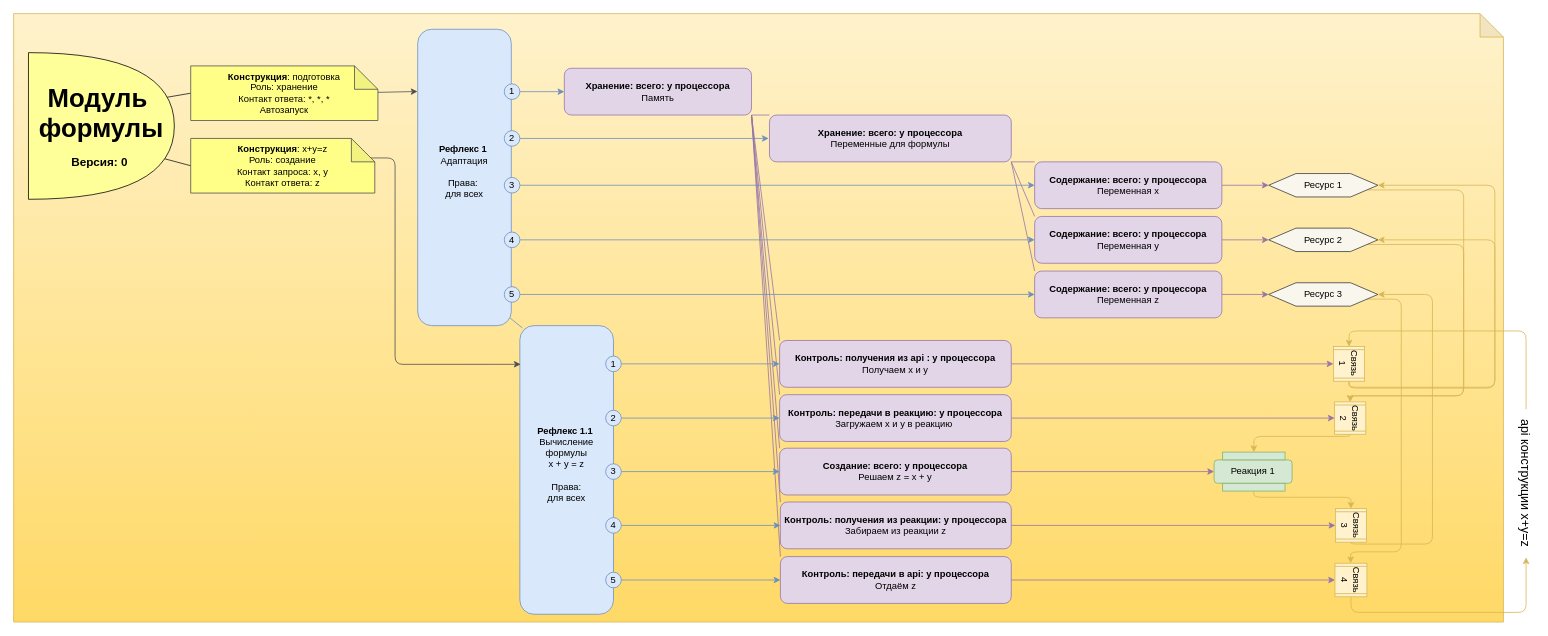
This is Картинки/Module.drawio from it-architector/invention.csdr, a draw.io file, before an edit. Source tidied: cells renumbered, new cells numbered last; positions are measured from the earlier drawing's top-left corner, leaving out a move shared by most shapes. Both pictures are drawn from the tidied source at 78%, with x=0, y=0 at pixel (13, 13).
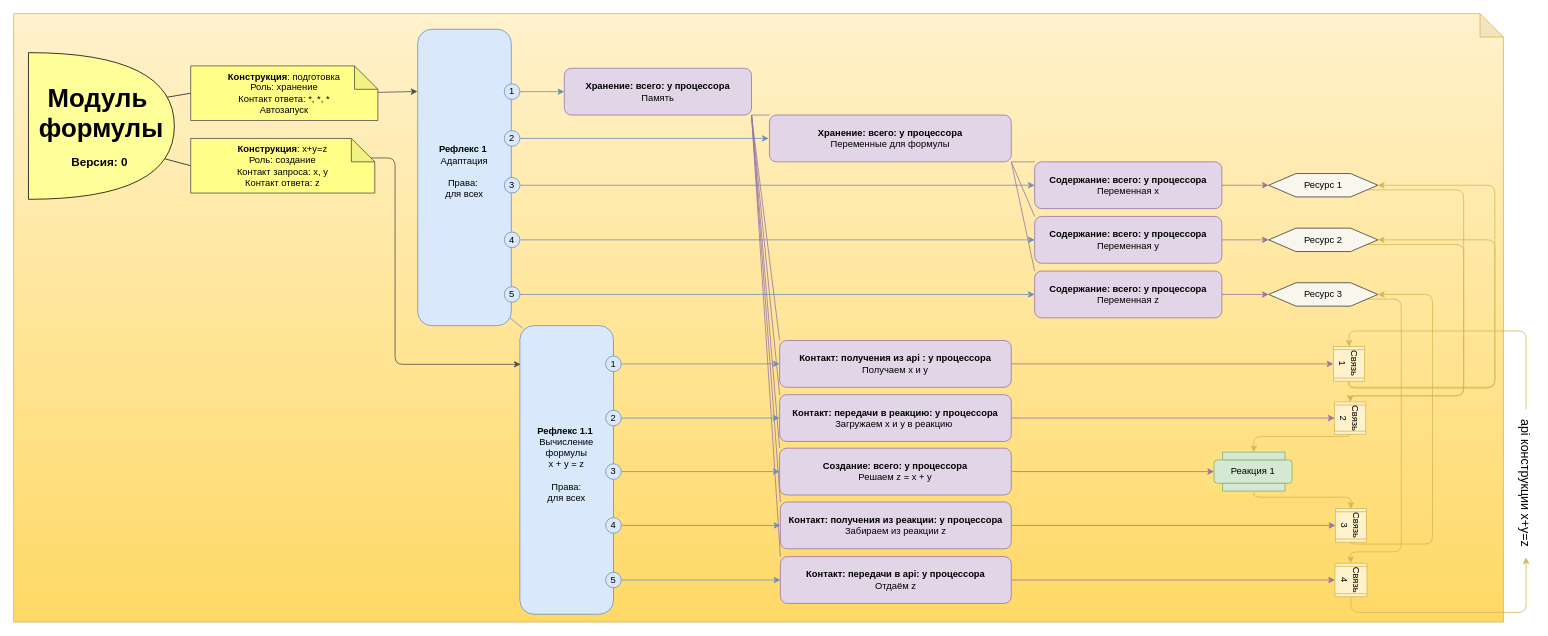
Above is the later version.

Change to the diagram source:
```diff
@@
-    <mxCell id="24" value="&lt;b&gt;Контроль:&amp;nbsp;&lt;/b&gt;&lt;b&gt;получения из&amp;nbsp;&lt;/b&gt;&lt;b&gt;api : у&amp;nbsp;&lt;/b&gt;&lt;b&gt;процессора&lt;/b&gt;&lt;br&gt;Получаем x и y" style="rounded=1;whiteSpace=wrap;html=1;fillColor=#e1d5e7;strokeColor=#9673A6;gradientColor=none;" parent="1" vertex="1">
+    <mxCell id="24" value="&lt;b&gt;Контакт&lt;/b&gt;&lt;b&gt;:&amp;nbsp;&lt;/b&gt;&lt;b&gt;получения из&amp;nbsp;&lt;/b&gt;&lt;b&gt;api : у&amp;nbsp;&lt;/b&gt;&lt;b&gt;процессора&lt;/b&gt;&lt;br&gt;Получаем x и y" style="rounded=1;whiteSpace=wrap;html=1;fillColor=#e1d5e7;strokeColor=#9673A6;gradientColor=none;" parent="1" vertex="1">
       <mxGeometry x="982" y="419" width="297" height="60" as="geometry" />
     </mxCell>
@@
-    <mxCell id="26" value="&lt;b&gt;Контроль: передачи в реакцию: у&amp;nbsp;&lt;/b&gt;&lt;b&gt;процессора&lt;/b&gt;&lt;br&gt;Загружаем x и y в реакцию&amp;nbsp;" style="rounded=1;whiteSpace=wrap;html=1;fillColor=#e1d5e7;strokeColor=#9673a6;gradientColor=none;" parent="1" vertex="1">
+    <mxCell id="26" value="&lt;b&gt;Контакт: передачи в реакцию: у&amp;nbsp;&lt;/b&gt;&lt;b&gt;процессора&lt;/b&gt;&lt;br&gt;Загружаем x и y в реакцию&amp;nbsp;" style="rounded=1;whiteSpace=wrap;html=1;fillColor=#e1d5e7;strokeColor=#9673a6;gradientColor=none;" parent="1" vertex="1">
       <mxGeometry x="982" y="488.5" width="297" height="60" as="geometry" />
     </mxCell>
@@
-    <mxCell id="28" value="&lt;b&gt;Контроль: получения из реакции: у&amp;nbsp;&lt;/b&gt;&lt;b&gt;процессора&lt;/b&gt;&lt;br&gt;Забираем из реакции z" style="rounded=1;whiteSpace=wrap;html=1;fillColor=#e1d5e7;strokeColor=#9673a6;gradientColor=none;" parent="1" vertex="1">
+    <mxCell id="28" value="&lt;b&gt;Контакт&lt;/b&gt;&lt;b&gt;: получения из реакции: у&amp;nbsp;&lt;/b&gt;&lt;b&gt;процессора&lt;/b&gt;&lt;br&gt;Забираем из реакции z" style="rounded=1;whiteSpace=wrap;html=1;fillColor=#e1d5e7;strokeColor=#9673a6;gradientColor=none;" parent="1" vertex="1">
       <mxGeometry x="983" y="626.1" width="296" height="60" as="geometry" />
     </mxCell>
@@
-    <mxCell id="30" value="&lt;b&gt;Контроль: передачи в api: у&amp;nbsp;&lt;/b&gt;&lt;b&gt;процессора&lt;/b&gt;&lt;br&gt;Отдаём z" style="rounded=1;whiteSpace=wrap;html=1;fillColor=#e1d5e7;strokeColor=#9673a6;gradientColor=none;" parent="1" vertex="1">
+    <mxCell id="30" value="&lt;b&gt;Контакт&lt;/b&gt;&lt;b&gt;: передачи в api: у&amp;nbsp;&lt;/b&gt;&lt;b&gt;процессора&lt;/b&gt;&lt;br&gt;Отдаём z" style="rounded=1;whiteSpace=wrap;html=1;fillColor=#e1d5e7;strokeColor=#9673a6;gradientColor=none;" parent="1" vertex="1">
       <mxGeometry x="983" y="696.1" width="296" height="60" as="geometry" />
     </mxCell>
```
